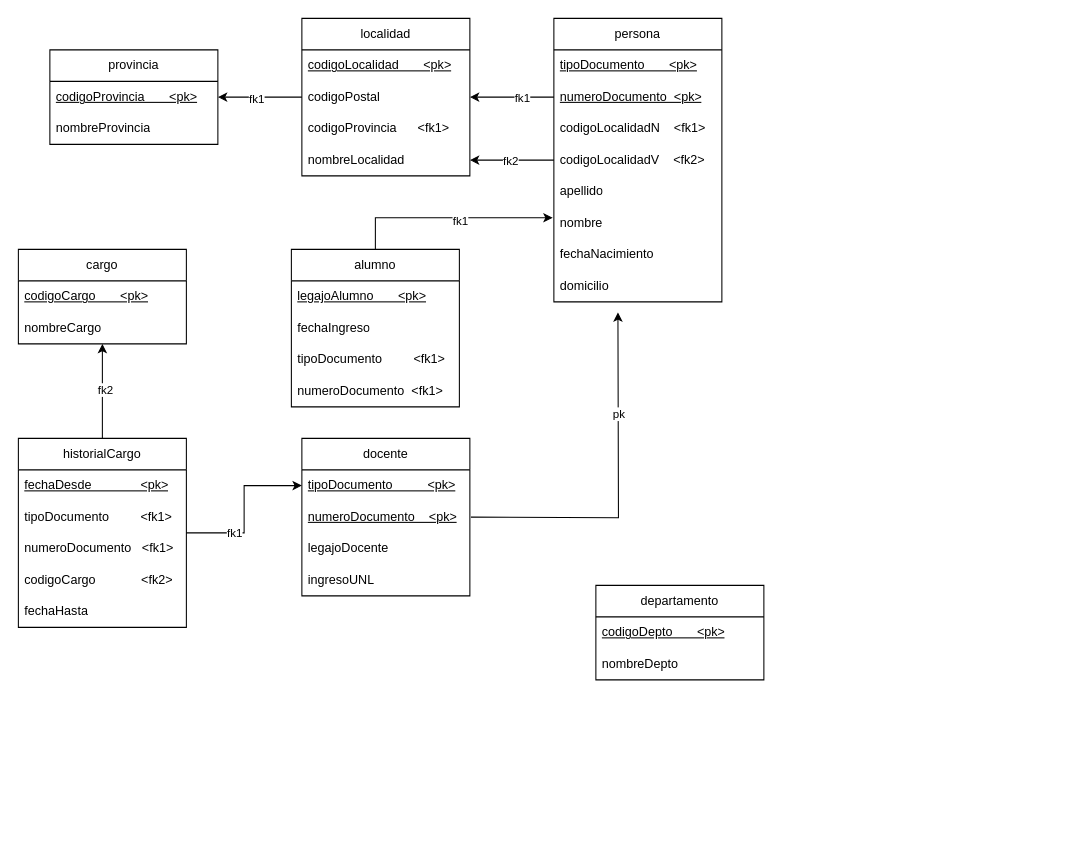
This is UmlFisico/Practicas/Untitled Diagram.drawio from Logan6422/UMLDiagrams, a draw.io file, before an edit. Source tidied: cells renumbered, new cells numbered last; positions are measured from the earlier drawing's top-left corner, leaving out a move shared by most shapes. Both pictures are drawn from the tidied source at 105%, with x=0, y=0 at pixel (18, 18).
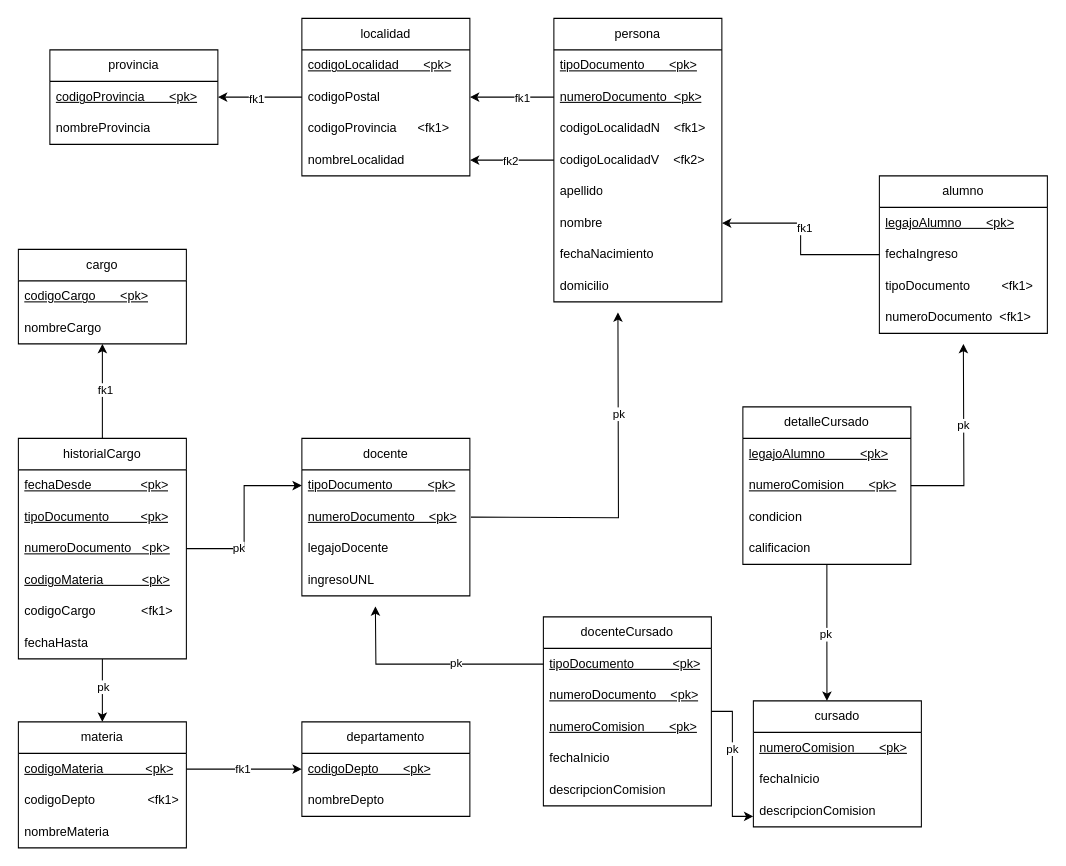
The same diagram, later.

The change refers to these unchanged cells:
```xml
<mxCell id="24" value="nombre" style="text;strokeColor=none;fillColor=none;align=left;verticalAlign=middle;spacingLeft=4;spacingRight=4;overflow=hidden;points=[[0,0.5],[1,0.5]];portConstraint=eastwest;whiteSpace=wrap;html=1;" parent="18" vertex="1">
  <mxGeometry y="180" width="160" height="30" as="geometry" />
</mxCell>
<mxCell id="45" style="edgeStyle=orthogonalEdgeStyle;rounded=0;jettySize=auto;html=1;entryX=0;entryY=0.5;entryDx=0;entryDy=0;" parent="1" edge="1" source="49" target="32">
  <mxGeometry relative="1" as="geometry" />
</mxCell>
<mxCell id="47" style="edgeStyle=orthogonalEdgeStyle;rounded=0;jettySize=auto;html=1;" parent="1" edge="1" source="49">
  <mxGeometry relative="1" as="geometry">
    <mxPoint x="80" y="310" as="targetPoint" />
  </mxGeometry>
</mxCell>
```

The edit, as a diff of the source:
```diff
@@
     <mxCell id="8" value="departamento" style="swimlane;fontStyle=0;horizontal=1;startSize=30;whiteSpace=wrap;html=1;" parent="1" vertex="1">
-      <mxGeometry x="550" y="540" width="160" height="90" as="geometry" />
+      <mxGeometry x="270" y="670" width="160" height="90" as="geometry" />
     </mxCell>
@@
     <mxCell id="36" value="alumno" style="swimlane;fontStyle=0;horizontal=1;startSize=30;whiteSpace=wrap;html=1;" parent="1" vertex="1">
-      <mxGeometry x="260" y="220" width="160" height="150" as="geometry" />
+      <mxGeometry x="820" y="150" width="160" height="150" as="geometry" />
     </mxCell>
@@
-    <mxCell id="41" style="edgeStyle=orthogonalEdgeStyle;rounded=0;jettySize=auto;html=1;entryX=-0.007;entryY=0.329;entryDx=0;entryDy=0;entryPerimeter=0;" parent="1" edge="1" source="36" target="24">
+    <mxCell id="41" style="edgeStyle=orthogonalEdgeStyle;rounded=0;jettySize=auto;html=1;entryX=1;entryY=0.5;entryDx=0;entryDy=0;" parent="1" edge="1" source="36" target="24">
       <mxGeometry relative="1" as="geometry" />
     </mxCell>
@@
-    <mxCell id="46" value="fk1" style="edgeLabel;html=1;align=center;verticalAlign=middle;" parent="45" vertex="1">
+    <mxCell id="46" value="pk" style="edgeLabel;html=1;align=center;verticalAlign=middle;" parent="45" vertex="1">
       <mxGeometry x="-0.42" y="1" relative="1" as="geometry" />
     </mxCell>
@@
-    <mxCell id="48" value="fk2" style="edgeLabel;html=1;align=center;verticalAlign=middle;" parent="47" vertex="1">
+    <mxCell id="48" value="fk1" style="edgeLabel;html=1;align=center;verticalAlign=middle;" parent="47" vertex="1">
       <mxGeometry x="0.03" y="-2" relative="1" as="geometry" />
     </mxCell>
+    <mxCell id="55" style="edgeStyle=orthogonalEdgeStyle;rounded=0;jettySize=auto;html=1;entryX=0.5;entryY=0;entryDx=0;entryDy=0;" parent="1" edge="1" source="49" target="58">
+      <mxGeometry relative="1" as="geometry" />
+    </mxCell>
+    <mxCell id="56" value="pk" style="edgeLabel;html=1;align=center;verticalAlign=middle;" parent="55" vertex="1">
+      <mxGeometry x="-0.15" relative="1" as="geometry" />
+    </mxCell>
     <mxCell id="49" value="historialCargo" style="swimlane;fontStyle=0;horizontal=1;startSize=30;whiteSpace=wrap;html=1;" parent="1" vertex="1">
-      <mxGeometry y="400" width="160" height="180" as="geometry" />
+      <mxGeometry y="400" width="160" height="210" as="geometry" />
     </mxCell>
@@
-    <mxCell id="51" value="tipoDocumento&amp;nbsp;&amp;nbsp;&amp;nbsp;&amp;nbsp;&amp;nbsp;&amp;nbsp;&amp;nbsp;&amp;nbsp; &amp;lt;fk1&amp;gt;" style="text;strokeColor=none;fillColor=none;align=left;verticalAlign=middle;spacingLeft=4;spacingRight=4;overflow=hidden;whiteSpace=wrap;html=1;" parent="49" vertex="1">
+    <mxCell id="51" value="&lt;u&gt;tipoDocumento&amp;nbsp;&amp;nbsp;&amp;nbsp;&amp;nbsp;&amp;nbsp;&amp;nbsp;&amp;nbsp;&amp;nbsp; &amp;lt;pk&amp;gt;&lt;/u&gt;" style="text;strokeColor=none;fillColor=none;align=left;verticalAlign=middle;spacingLeft=4;spacingRight=4;overflow=hidden;whiteSpace=wrap;html=1;" parent="49" vertex="1">
       <mxGeometry y="60" width="160" height="30" as="geometry" />
     </mxCell>
-    <mxCell id="52" value="numeroDocumento&amp;nbsp;&amp;nbsp; &amp;lt;fk1&amp;gt;" style="text;strokeColor=none;fillColor=none;align=left;verticalAlign=middle;spacingLeft=4;spacingRight=4;overflow=hidden;whiteSpace=wrap;html=1;" parent="49" vertex="1">
+    <mxCell id="52" value="&lt;u&gt;numeroDocumento&amp;nbsp;&amp;nbsp; &amp;lt;pk&amp;gt;&lt;/u&gt;" style="text;strokeColor=none;fillColor=none;align=left;verticalAlign=middle;spacingLeft=4;spacingRight=4;overflow=hidden;whiteSpace=wrap;html=1;" parent="49" vertex="1">
       <mxGeometry y="90" width="160" height="30" as="geometry" />
     </mxCell>
+    <mxCell id="57" value="&lt;u&gt;codigoMateria &amp;nbsp;&amp;nbsp;&amp;nbsp;&amp;nbsp;&amp;nbsp;&amp;nbsp;&amp;nbsp;&amp;nbsp;&amp;nbsp; &amp;lt;pk&amp;gt;&lt;/u&gt;" style="text;strokeColor=none;fillColor=none;align=left;verticalAlign=middle;spacingLeft=4;spacingRight=4;overflow=hidden;whiteSpace=wrap;html=1;" parent="49" vertex="1">
+      <mxGeometry y="120" width="160" height="30" as="geometry" />
+    </mxCell>
-    <mxCell id="53" value="codigoCargo &amp;nbsp; &amp;nbsp; &amp;nbsp; &amp;nbsp; &amp;nbsp; &amp;nbsp; &amp;lt;fk2&amp;gt;" style="text;strokeColor=none;fillColor=none;align=left;verticalAlign=middle;spacingLeft=4;spacingRight=4;overflow=hidden;whiteSpace=wrap;html=1;" parent="49" vertex="1">
-      <mxGeometry y="120" width="160" height="30" as="geometry" />
+    <mxCell id="53" value="codigoCargo &amp;nbsp; &amp;nbsp; &amp;nbsp; &amp;nbsp; &amp;nbsp; &amp;nbsp; &amp;lt;fk1&amp;gt;" style="text;strokeColor=none;fillColor=none;align=left;verticalAlign=middle;spacingLeft=4;spacingRight=4;overflow=hidden;whiteSpace=wrap;html=1;" parent="49" vertex="1">
+      <mxGeometry y="150" width="160" height="30" as="geometry" />
     </mxCell>
     <mxCell id="54" value="fechaHasta" style="text;strokeColor=none;fillColor=none;align=left;verticalAlign=middle;spacingLeft=4;spacingRight=4;overflow=hidden;whiteSpace=wrap;html=1;" parent="49" vertex="1">
-      <mxGeometry y="150" width="160" height="30" as="geometry" />
+      <mxGeometry y="180" width="160" height="30" as="geometry" />
     </mxCell>
+    <mxCell id="58" value="materia" style="swimlane;fontStyle=0;horizontal=1;startSize=30;whiteSpace=wrap;html=1;" parent="1" vertex="1">
+      <mxGeometry y="670" width="160" height="120" as="geometry" />
+    </mxCell>
+    <mxCell id="59" value="&lt;u&gt;codigoMateria &amp;nbsp;&amp;nbsp;&amp;nbsp;&amp;nbsp; &amp;nbsp; &amp;nbsp; &amp;nbsp; &amp;lt;pk&amp;gt;&lt;/u&gt;" style="text;strokeColor=none;fillColor=none;align=left;verticalAlign=middle;spacingLeft=4;spacingRight=4;overflow=hidden;points=[[0,0.5],[1,0.5]];portConstraint=eastwest;whiteSpace=wrap;html=1;" parent="58" vertex="1">
+      <mxGeometry y="30" width="160" height="30" as="geometry" />
+    </mxCell>
+    <mxCell id="60" value="codigoDepto &amp;nbsp;&amp;nbsp;&amp;nbsp;&amp;nbsp; &amp;nbsp; &amp;nbsp; &amp;nbsp; &amp;nbsp;&amp;nbsp; &amp;lt;fk1&amp;gt;" style="text;strokeColor=none;fillColor=none;align=left;verticalAlign=middle;spacingLeft=4;spacingRight=4;overflow=hidden;whiteSpace=wrap;html=1;" parent="58" vertex="1">
+      <mxGeometry y="60" width="160" height="30" as="geometry" />
+    </mxCell>
+    <mxCell id="61" value="&lt;div&gt;nombreMateria&lt;/div&gt;" style="text;strokeColor=none;fillColor=none;align=left;verticalAlign=middle;spacingLeft=4;spacingRight=4;overflow=hidden;whiteSpace=wrap;html=1;" parent="58" vertex="1">
+      <mxGeometry y="90" width="160" height="30" as="geometry" />
+    </mxCell>
+    <mxCell id="62" style="edgeStyle=orthogonalEdgeStyle;rounded=0;jettySize=auto;html=1;entryX=0;entryY=0.5;entryDx=0;entryDy=0;" parent="1" edge="1" source="59" target="8">
+      <mxGeometry relative="1" as="geometry" />
+    </mxCell>
+    <mxCell id="63" value="fk1" style="edgeLabel;html=1;align=center;verticalAlign=middle;" parent="62" vertex="1">
+      <mxGeometry x="-0.03" y="1" relative="1" as="geometry" />
+    </mxCell>
+    <mxCell id="64" value="cursado" style="swimlane;fontStyle=0;horizontal=1;startSize=30;whiteSpace=wrap;html=1;" parent="1" vertex="1">
+      <mxGeometry x="700" y="650" width="160" height="120" as="geometry" />
+    </mxCell>
+    <mxCell id="65" value="&lt;u&gt;numeroComision &amp;nbsp;&amp;nbsp;&amp;nbsp;&amp;nbsp;&amp;nbsp; &amp;lt;pk&amp;gt;&lt;/u&gt;" style="text;strokeColor=none;fillColor=none;align=left;verticalAlign=middle;spacingLeft=4;spacingRight=4;overflow=hidden;whiteSpace=wrap;html=1;" parent="64" vertex="1">
+      <mxGeometry y="30" width="160" height="30" as="geometry" />
+    </mxCell>
+    <mxCell id="66" value="fechaInicio" style="text;strokeColor=none;fillColor=none;align=left;verticalAlign=middle;spacingLeft=4;spacingRight=4;overflow=hidden;whiteSpace=wrap;html=1;" parent="64" vertex="1">
+      <mxGeometry y="60" width="160" height="30" as="geometry" />
+    </mxCell>
+    <mxCell id="67" value="descripcionComision" style="text;strokeColor=none;fillColor=none;align=left;verticalAlign=middle;spacingLeft=4;spacingRight=4;overflow=hidden;points=[[0,0.5],[1,0.5]];portConstraint=eastwest;whiteSpace=wrap;html=1;" parent="64" vertex="1">
+      <mxGeometry y="90" width="160" height="30" as="geometry" />
+    </mxCell>
+    <mxCell id="68" value="docenteCursado" style="swimlane;fontStyle=0;horizontal=1;startSize=30;whiteSpace=wrap;html=1;" parent="1" vertex="1">
+      <mxGeometry x="500" y="570" width="160" height="180" as="geometry" />
+    </mxCell>
+    <mxCell id="69" style="edgeStyle=orthogonalEdgeStyle;rounded=0;jettySize=auto;html=1;" parent="68" edge="1" source="71">
+      <mxGeometry relative="1" as="geometry">
+        <mxPoint x="-160" y="-10" as="targetPoint" />
+      </mxGeometry>
+    </mxCell>
+    <mxCell id="70" value="pk" style="edgeLabel;html=1;align=center;verticalAlign=middle;" parent="69" vertex="1">
+      <mxGeometry x="-0.22" y="-2" relative="1" as="geometry" />
+    </mxCell>
+    <mxCell id="71" value="&lt;u&gt;tipoDocumento &amp;nbsp;&amp;nbsp;&amp;nbsp;&amp;nbsp;&amp;nbsp;&amp;nbsp;&amp;nbsp;&amp;nbsp;&amp;nbsp; &amp;lt;pk&amp;gt;&lt;/u&gt;" style="text;strokeColor=none;fillColor=none;align=left;verticalAlign=middle;spacingLeft=4;spacingRight=4;overflow=hidden;points=[[0,0.5],[1,0.5]];portConstraint=eastwest;whiteSpace=wrap;html=1;" parent="68" vertex="1">
+      <mxGeometry y="30" width="160" height="30" as="geometry" />
+    </mxCell>
+    <mxCell id="72" value="&lt;u&gt;numeroDocumento&amp;nbsp;&amp;nbsp;&amp;nbsp; &amp;lt;pk&amp;gt;&lt;/u&gt;" style="text;strokeColor=none;fillColor=none;align=left;verticalAlign=middle;spacingLeft=4;spacingRight=4;overflow=hidden;whiteSpace=wrap;html=1;" parent="68" vertex="1">
+      <mxGeometry y="60" width="160" height="30" as="geometry" />
+    </mxCell>
+    <mxCell id="73" value="&lt;u&gt;numeroComision &amp;nbsp;&amp;nbsp;&amp;nbsp;&amp;nbsp;&amp;nbsp; &amp;lt;pk&amp;gt;&lt;/u&gt;" style="text;strokeColor=none;fillColor=none;align=left;verticalAlign=middle;spacingLeft=4;spacingRight=4;overflow=hidden;whiteSpace=wrap;html=1;" parent="68" vertex="1">
+      <mxGeometry y="90" width="160" height="30" as="geometry" />
+    </mxCell>
+    <mxCell id="74" value="fechaInicio" style="text;strokeColor=none;fillColor=none;align=left;verticalAlign=middle;spacingLeft=4;spacingRight=4;overflow=hidden;whiteSpace=wrap;html=1;" parent="68" vertex="1">
+      <mxGeometry y="120" width="160" height="30" as="geometry" />
+    </mxCell>
+    <mxCell id="75" value="descripcionComision" style="text;strokeColor=none;fillColor=none;align=left;verticalAlign=middle;spacingLeft=4;spacingRight=4;overflow=hidden;whiteSpace=wrap;html=1;" parent="68" vertex="1">
+      <mxGeometry y="150" width="160" height="30" as="geometry" />
+    </mxCell>
+    <mxCell id="76" style="edgeStyle=orthogonalEdgeStyle;rounded=0;jettySize=auto;html=1;" parent="1" edge="1" source="78">
+      <mxGeometry relative="1" as="geometry">
+        <mxPoint x="900" y="310" as="targetPoint" />
+      </mxGeometry>
+    </mxCell>
+    <mxCell id="77" value="pk" style="edgeLabel;html=1;align=center;verticalAlign=middle;" parent="76" vertex="1">
+      <mxGeometry x="0.16" y="1" relative="1" as="geometry" />
+    </mxCell>
+    <mxCell id="78" value="detalleCursado" style="swimlane;fontStyle=0;horizontal=1;startSize=30;whiteSpace=wrap;html=1;" parent="1" vertex="1">
+      <mxGeometry x="690" y="370" width="160" height="150" as="geometry" />
+    </mxCell>
+    <mxCell id="79" value="&lt;u&gt;legajoAlumno &amp;nbsp;&amp;nbsp;&amp;nbsp;&amp;nbsp;&amp;nbsp;&amp;nbsp;&amp;nbsp;&amp;nbsp; &amp;lt;pk&amp;gt;&lt;/u&gt;" style="text;strokeColor=none;fillColor=none;align=left;verticalAlign=middle;spacingLeft=4;spacingRight=4;overflow=hidden;whiteSpace=wrap;html=1;" parent="78" vertex="1">
+      <mxGeometry y="30" width="160" height="30" as="geometry" />
+    </mxCell>
+    <mxCell id="80" value="&lt;u&gt;numeroComision &amp;nbsp;&amp;nbsp;&amp;nbsp;&amp;nbsp;&amp;nbsp; &amp;lt;pk&amp;gt;&lt;/u&gt;" style="text;strokeColor=none;fillColor=none;align=left;verticalAlign=middle;spacingLeft=4;spacingRight=4;overflow=hidden;whiteSpace=wrap;html=1;" parent="78" vertex="1">
+      <mxGeometry y="60" width="160" height="30" as="geometry" />
+    </mxCell>
+    <mxCell id="81" value="condicion &amp;nbsp;&amp;nbsp;&amp;nbsp;&amp;nbsp;&amp;nbsp; " style="text;strokeColor=none;fillColor=none;align=left;verticalAlign=middle;spacingLeft=4;spacingRight=4;overflow=hidden;whiteSpace=wrap;html=1;" parent="78" vertex="1">
+      <mxGeometry y="90" width="160" height="30" as="geometry" />
+    </mxCell>
+    <mxCell id="82" value="calificacion " style="text;strokeColor=none;fillColor=none;align=left;verticalAlign=middle;spacingLeft=4;spacingRight=4;overflow=hidden;whiteSpace=wrap;html=1;" parent="78" vertex="1">
+      <mxGeometry y="120" width="160" height="30" as="geometry" />
+    </mxCell>
+    <mxCell id="83" style="edgeStyle=orthogonalEdgeStyle;rounded=0;jettySize=auto;html=1;entryX=0.438;entryY=0;entryDx=0;entryDy=0;entryPerimeter=0;" parent="1" edge="1" source="78" target="64">
+      <mxGeometry relative="1" as="geometry" />
+    </mxCell>
+    <mxCell id="84" value="pk" style="edgeLabel;html=1;align=center;verticalAlign=middle;" parent="83" vertex="1">
+      <mxGeometry x="0.03" y="-2" relative="1" as="geometry" />
+    </mxCell>
+    <mxCell id="85" style="edgeStyle=orthogonalEdgeStyle;rounded=0;jettySize=auto;html=1;entryX=0;entryY=0.667;entryDx=0;entryDy=0;entryPerimeter=0;" parent="1" edge="1" source="68" target="67">
+      <mxGeometry relative="1" as="geometry" />
+    </mxCell>
+    <mxCell id="86" value="pk" style="edgeLabel;html=1;align=center;verticalAlign=middle;" parent="85" vertex="1">
+      <mxGeometry x="-0.21" y="-1" relative="1" as="geometry" />
+    </mxCell>
```
